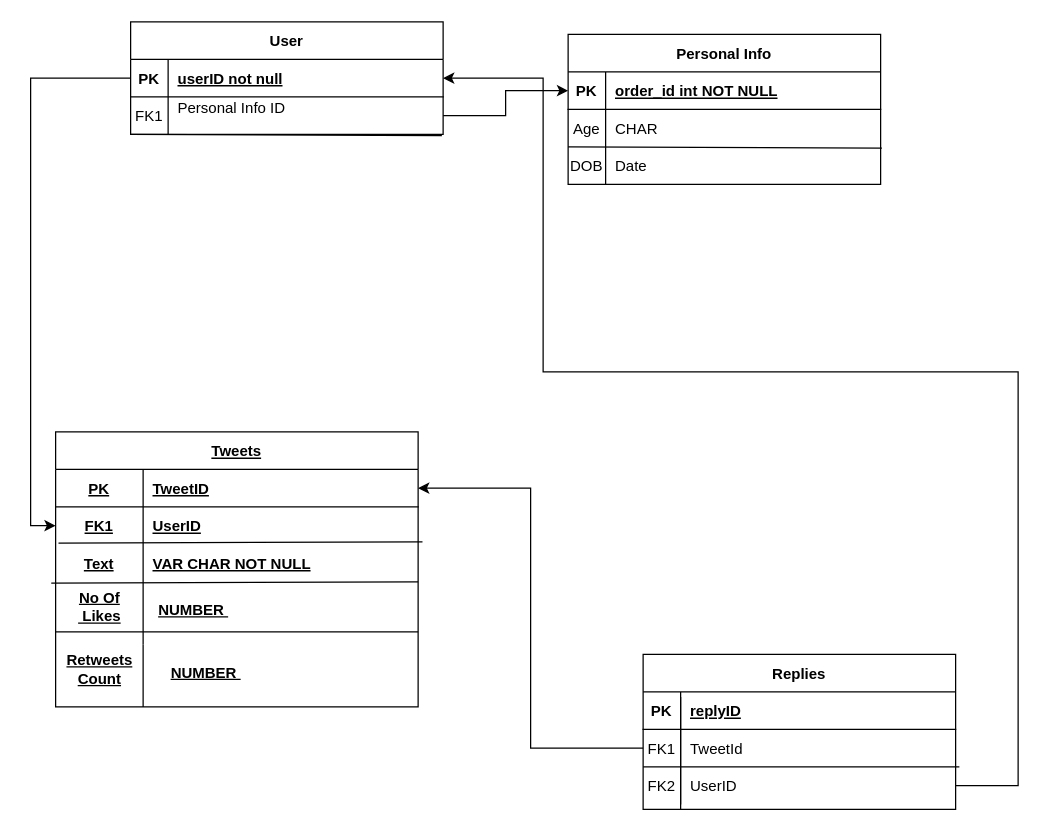
Above: Untitled Diagram.drawio in Gaspair/twitter-replica (draw.io), before the change. Source tidied: cells renumbered, new cells numbered last; positions are measured from the earlier drawing's top-left corner, leaving out a move shared by most shapes. Both pictures are drawn from the tidied source at 125%, with x=0, y=0 at pixel (49, 21).
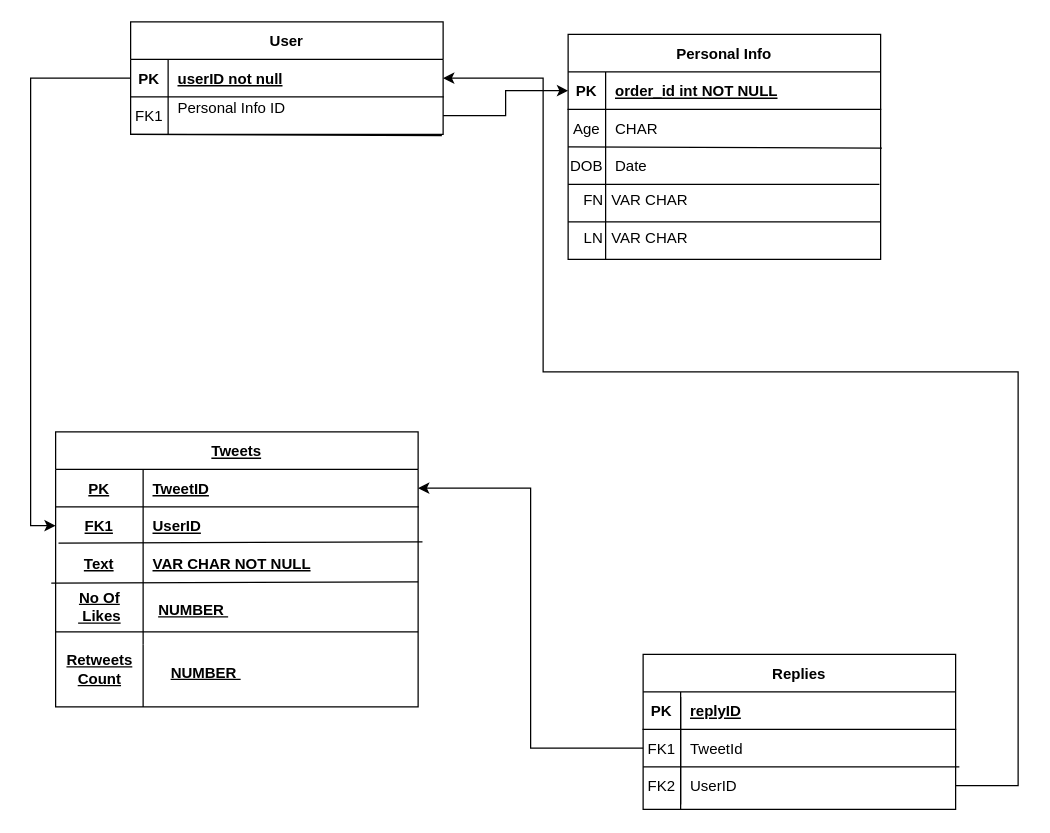
After the change.

Unchanged cells that the change refers to:
```xml
<mxCell id="9" style="shape=partialRectangle;fillColor=none;points=[[0,0.5],[1,0.5]];portConstraint=eastwest;top=0;left=0;right=0;bottom=0;" parent="2" vertex="1">
  <mxGeometry y="90" width="250" height="30" as="geometry" />
</mxCell>
```

What changed in the source:
```diff
@@
     <mxCell id="2" value="Personal Info" style="shape=table;startSize=30;childLayout=tableLayout;rowLines=0;fontStyle=1;align=center;" parent="1" vertex="1">
-      <mxGeometry x="415" y="10" width="250" height="120" as="geometry" />
+      <mxGeometry x="415" y="10" width="250" height="180" as="geometry" />
     </mxCell>
@@
+    <mxCell id="56" style="endArrow=none;html=1;rounded=0;exitX=0.996;exitY=1;exitDx=0;exitDy=0;exitPerimeter=0;" parent="2" edge="1" source="9">
+      <mxGeometry relative="1" as="geometry">
+        <mxPoint y="120" as="targetPoint" />
+      </mxGeometry>
+    </mxCell>
@@
+    <mxCell id="57" style="endArrow=none;html=1;rounded=0;" parent="1" edge="1">
+      <mxGeometry relative="1" as="geometry">
+        <mxPoint x="445" y="190" as="sourcePoint" />
+        <mxPoint x="445" y="130" as="targetPoint" />
+      </mxGeometry>
+    </mxCell>
+    <mxCell id="58" style="endArrow=none;html=1;rounded=0;" parent="1" edge="1">
+      <mxGeometry relative="1" as="geometry">
+        <mxPoint x="415" y="160" as="sourcePoint" />
+        <mxPoint x="665" y="160" as="targetPoint" />
+      </mxGeometry>
+    </mxCell>
+    <mxCell id="59" value="FN" style="text;html=1;align=center;verticalAlign=middle;strokeColor=none;fillColor=none;" parent="1" vertex="1">
+      <mxGeometry x="415" y="128" width="40" height="30" as="geometry" />
+    </mxCell>
+    <mxCell id="60" value="LN" style="text;html=1;align=center;verticalAlign=middle;strokeColor=none;fillColor=none;" parent="1" vertex="1">
+      <mxGeometry x="415" y="158" width="40" height="30" as="geometry" />
+    </mxCell>
+    <mxCell id="61" value="VAR CHAR" style="text;html=1;align=center;verticalAlign=middle;strokeColor=none;fillColor=none;" parent="1" vertex="1">
+      <mxGeometry x="440" y="128" width="80" height="30" as="geometry" />
+    </mxCell>
+    <mxCell id="62" value="VAR CHAR" style="text;html=1;align=center;verticalAlign=middle;strokeColor=none;fillColor=none;" parent="1" vertex="1">
+      <mxGeometry x="440" y="158" width="80" height="30" as="geometry" />
+    </mxCell>
```
